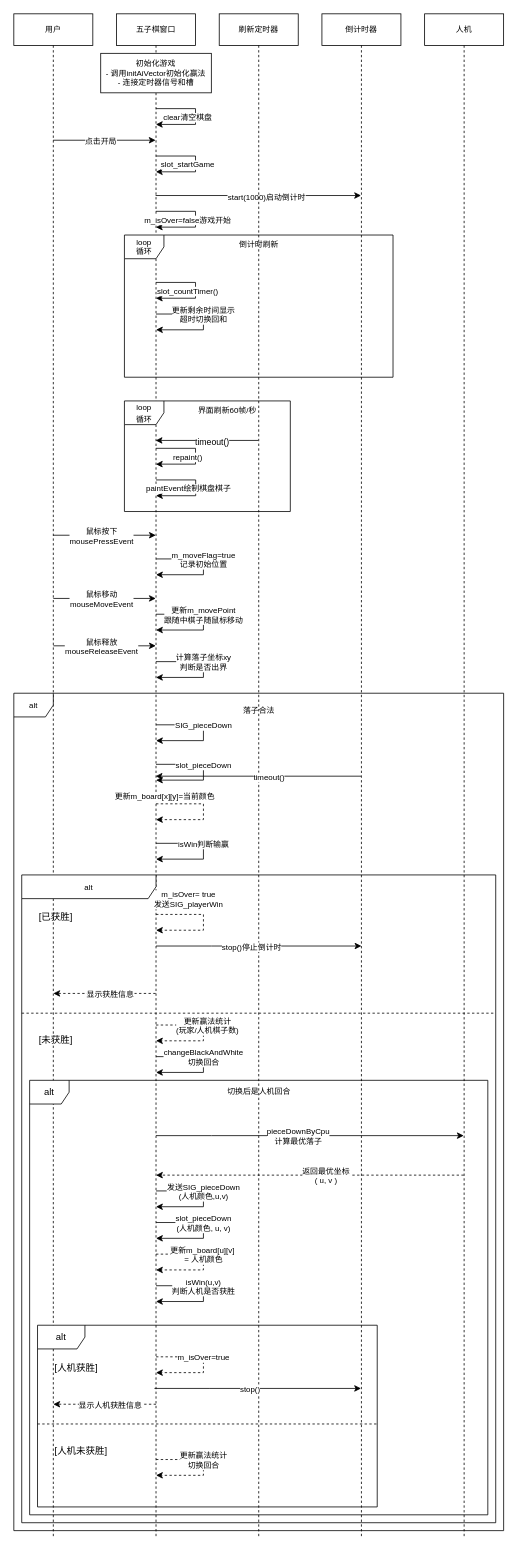
This is G、项目整理图示/五子棋部分时序图.drawio from JsSun-1000001000/NOTE_Colin_Project_Five_in_a_Row, a draw.io file, before an edit. Source tidied: cells renumbered, new cells numbered last; positions are measured from the earlier drawing's top-left corner, leaving out a move shared by most shapes. Both pictures are drawn from the tidied source at 79%, with x=0, y=0 at pixel (13, 13).
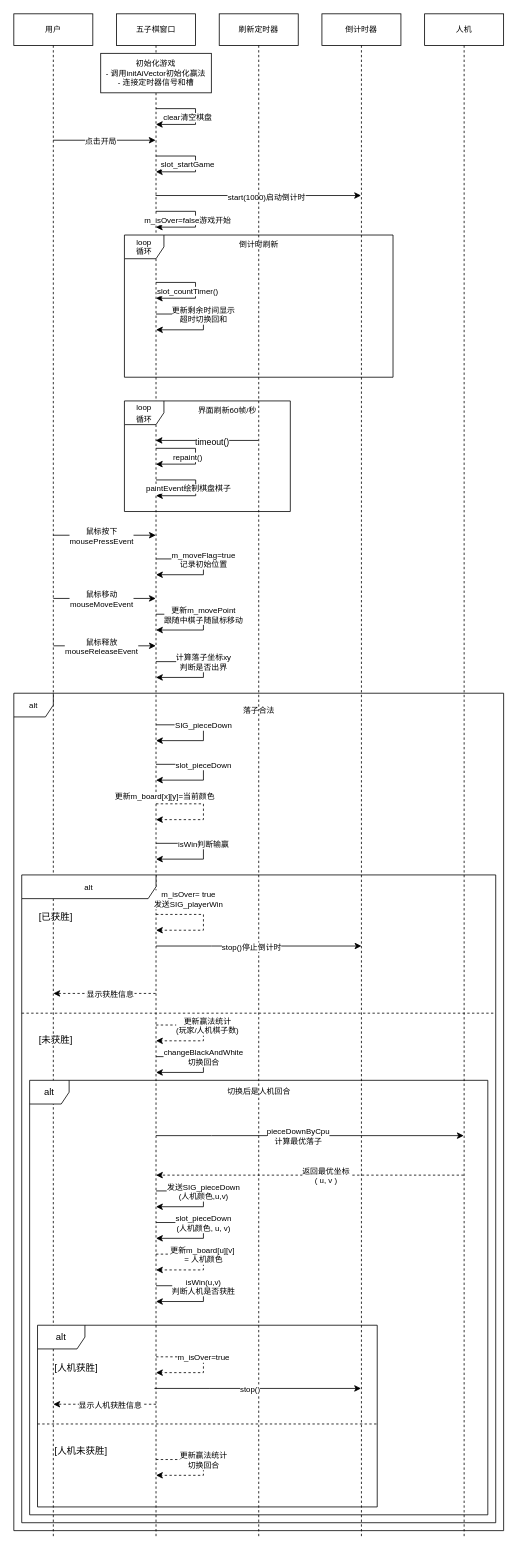
After the change.

Unchanged cells that the change refers to:
```xml
<mxCell id="7" value="五子棋窗口" style="shape=umlLifeline;perimeter=lifelinePerimeter;whiteSpace=wrap;html=1;outlineConnect=0;portConstraint=eastwest;newEdgeStyle={&quot;edgeStyle&quot;:&quot;elbowEdgeStyle&quot;,&quot;elbow&quot;:&quot;vertical&quot;,&quot;curved&quot;:0,&quot;rounded&quot;:0};fontSize=10;" parent="1" vertex="1">
  <mxGeometry x="130" width="100" height="1930" as="geometry" />
</mxCell>
<mxCell id="13" value="倒计时器" style="shape=umlLifeline;perimeter=lifelinePerimeter;whiteSpace=wrap;html=1;outlineConnect=0;portConstraint=eastwest;newEdgeStyle={&quot;edgeStyle&quot;:&quot;elbowEdgeStyle&quot;,&quot;elbow&quot;:&quot;vertical&quot;,&quot;curved&quot;:0,&quot;rounded&quot;:0};fontSize=10;" parent="1" vertex="1">
  <mxGeometry x="390" width="100" height="1930" as="geometry" />
</mxCell>
```

Change to the diagram source:
```diff
@@
-    <mxCell id="11" style="edgeStyle=elbowEdgeStyle;rounded=0;jettySize=auto;html=1;elbow=vertical;curved=0;fontSize=10;" parent="1" edge="1" source="13" target="7">
-      <mxGeometry relative="1" as="geometry" />
-    </mxCell>
-    <mxCell id="12" value="timeout()" style="edgeLabel;html=1;align=center;verticalAlign=middle;fontSize=10;" parent="11" vertex="1">
-      <mxGeometry x="-0.1" relative="1" as="geometry" />
-    </mxCell>
```
